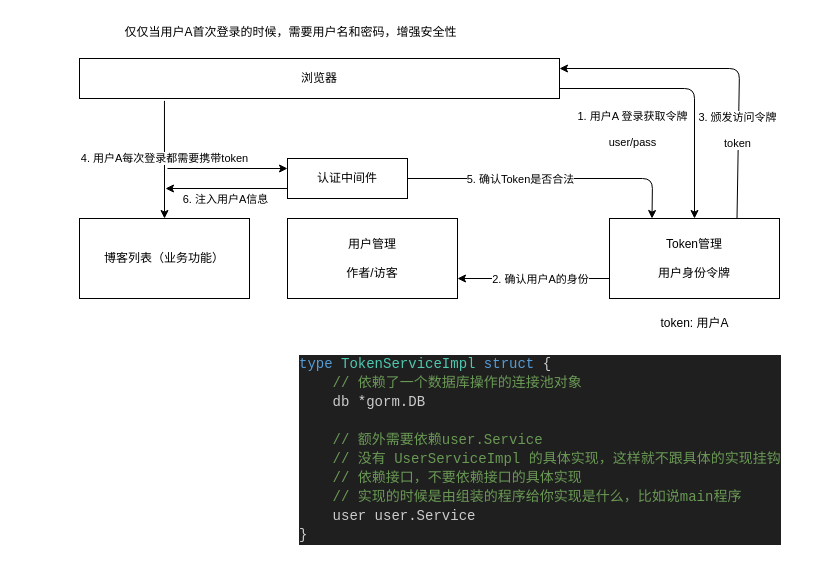
The draw.io diagram vblog/docs/design-zh.drawio in dawson283067/go_projects, before the edit. Source tidied: cells renumbered, new cells numbered last; positions are measured from the earlier drawing's top-left corner, leaving out a move shared by most shapes. Both pictures are drawn from the tidied source at 100%, with x=0, y=0 at pixel (79, 17).
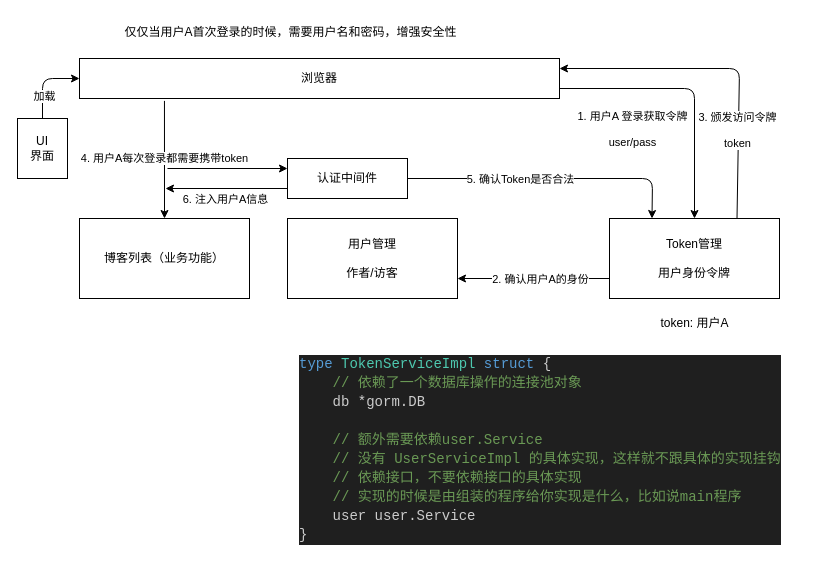
After the change.

Unchanged cells that the change refers to:
```xml
<mxCell id="6" value="浏览器" style="rounded=0;whiteSpace=wrap;html=1;" parent="1" vertex="1">
  <mxGeometry y="41" width="480" height="40" as="geometry" />
</mxCell>
```

What changed in the source:
```diff
@@
+    <mxCell id="23" style="edgeStyle=none;html=1;entryX=0;entryY=0.5;entryDx=0;entryDy=0;" parent="1" edge="1" source="25" target="6">
+      <mxGeometry relative="1" as="geometry">
+        <Array as="points">
+          <mxPoint x="-37" y="61" />
+        </Array>
+      </mxGeometry>
+    </mxCell>
+    <mxCell id="24" value="加载" style="edgeLabel;html=1;align=center;verticalAlign=middle;" parent="23" vertex="1">
+      <mxGeometry x="-0.2" y="-1" relative="1" as="geometry">
+        <mxPoint y="8" as="offset" />
+      </mxGeometry>
+    </mxCell>
+    <mxCell id="25" value="UI&lt;br&gt;界面" style="rounded=0;whiteSpace=wrap;html=1;" parent="1" vertex="1">
+      <mxGeometry x="-62" y="101" width="50" height="60" as="geometry" />
+    </mxCell>
```
